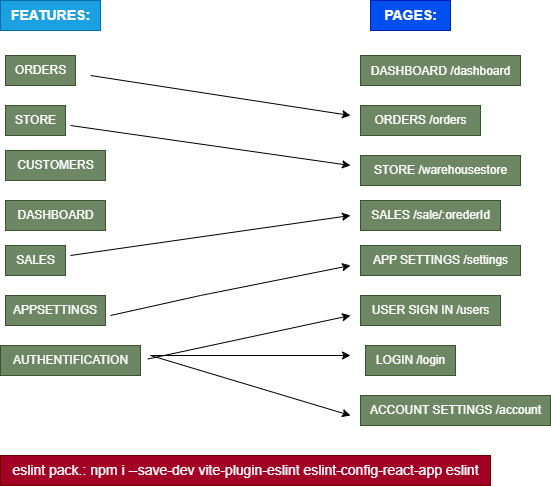
Before: public/.drawio.png, a diagram exported from draw.io (jozefkubis/warehouse). Source tidied: cells renumbered, new cells last; positions are measured from the earlier drawing's top-left corner, leaving out a move shared by most shapes.
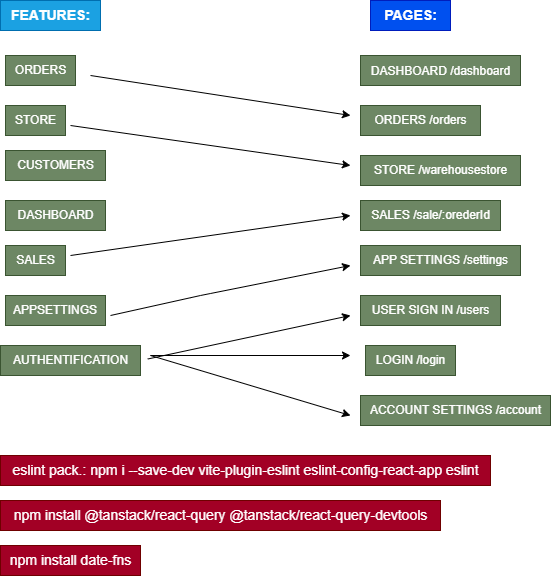
The same file after the commit.

Commit message:
doplnenie drowio

What changed in the source:
```diff
@@ -103,5 +103,11 @@
     <mxCell id="27" value="&lt;font style=&quot;font-size: 14px;&quot;&gt;eslint pack.:&amp;nbsp;npm i --save-dev vite-plugin-eslint eslint-config-react-app eslint&lt;/font&gt;" style="text;html=1;align=center;verticalAlign=middle;strokeColor=#6F0000;fillColor=#a20025;fontColor=#ffffff;" parent="1" vertex="1">
       <mxGeometry y="455" width="490" height="30" as="geometry" />
     </mxCell>
+    <mxCell id="28" value="&lt;div&gt;&lt;font style=&quot;font-size: 14px;&quot;&gt;npm install @tanstack/react-query @tanstack/react-query-devtools&lt;/font&gt;&lt;/div&gt;" style="text;html=1;align=center;verticalAlign=middle;strokeColor=#6F0000;fillColor=#a20025;fontColor=#ffffff;" parent="1" vertex="1">
+      <mxGeometry y="500" width="440" height="30" as="geometry" />
+    </mxCell>
+    <mxCell id="29" value="&lt;div&gt;npm install date-fns&lt;/div&gt;" style="text;html=1;align=center;verticalAlign=middle;strokeColor=#6F0000;fillColor=#a20025;fontSize=14;fontColor=#ffffff;" parent="1" vertex="1">
+      <mxGeometry y="545" width="140" height="30" as="geometry" />
+    </mxCell>
   </root>
 </mxGraphModel>
```
